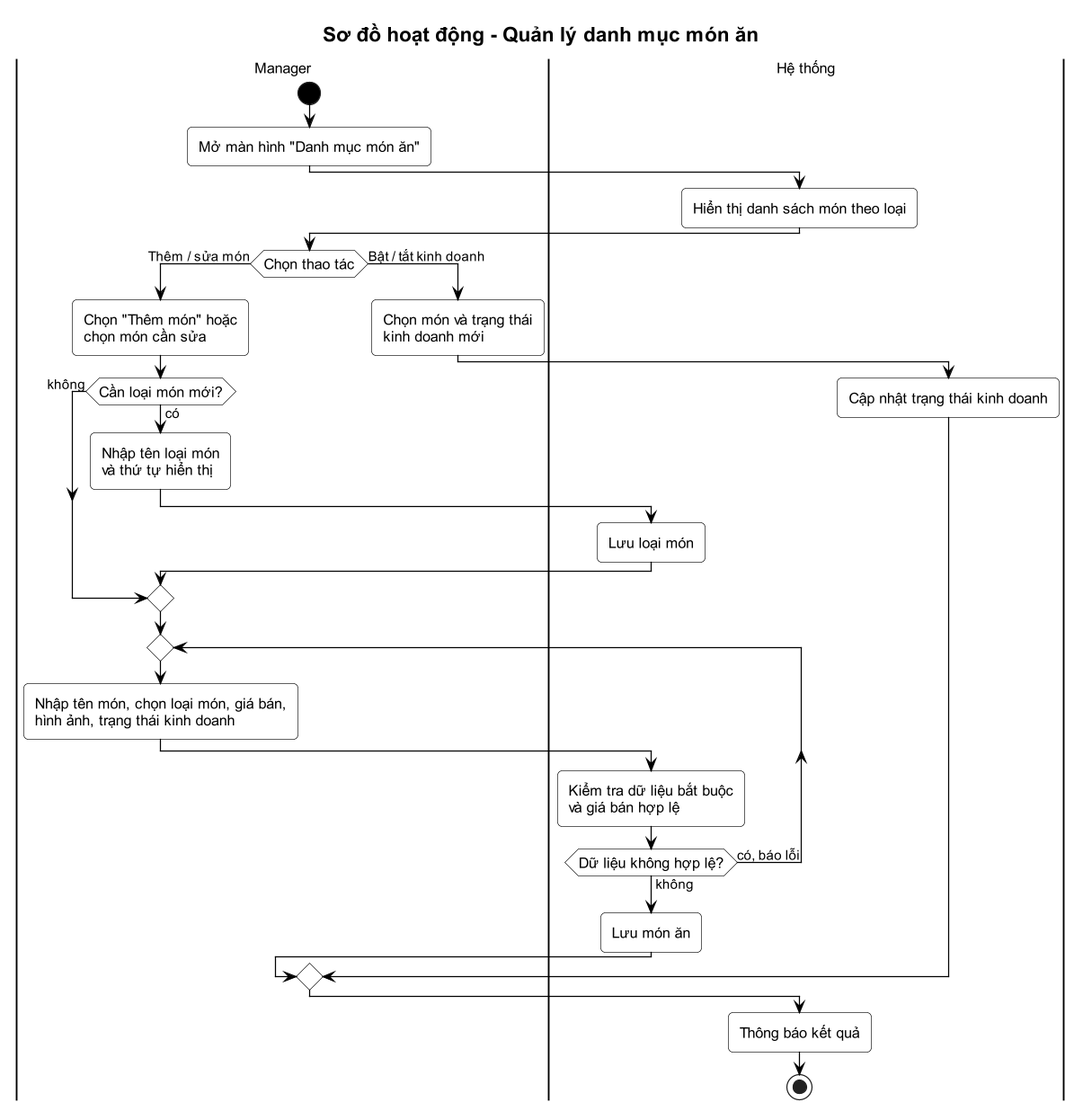
Earlier version of the PlantUML export docs/02-quan-ly-thuc-don/activity-1-danh-muc.png (Anpham120/restaurant-management-system). The source it was exported from:
```plantuml
@startuml
!include ../_style.puml
title Sơ đồ hoạt động - Quản lý danh mục món ăn

|Manager|
start
:Mở màn hình "Danh mục món ăn";
|Hệ thống|
:Hiển thị danh sách món theo loại;
|Manager|
if (Chọn thao tác) then (Thêm / sửa món)
  :Chọn "Thêm món" hoặc\nchọn món cần sửa;
  if (Cần loại món mới?) then (có)
    :Nhập tên loại món\nvà thứ tự hiển thị;
    |Hệ thống|
    :Lưu loại món;
    |Manager|
  else (không)
  endif
  repeat
    :Nhập tên món, chọn loại món, giá bán,\nhình ảnh, trạng thái kinh doanh;
    |Hệ thống|
    :Kiểm tra dữ liệu bắt buộc\nvà giá bán hợp lệ;
  repeat while (Dữ liệu không hợp lệ?) is (có, báo lỗi) not (không)
  :Lưu món ăn;
else (Bật / tắt kinh doanh)
  |Manager|
  :Chọn món và trạng thái\nkinh doanh mới;
  |Hệ thống|
  :Cập nhật trạng thái kinh doanh;
endif
:Thông báo kết quả;
stop
@enduml
```
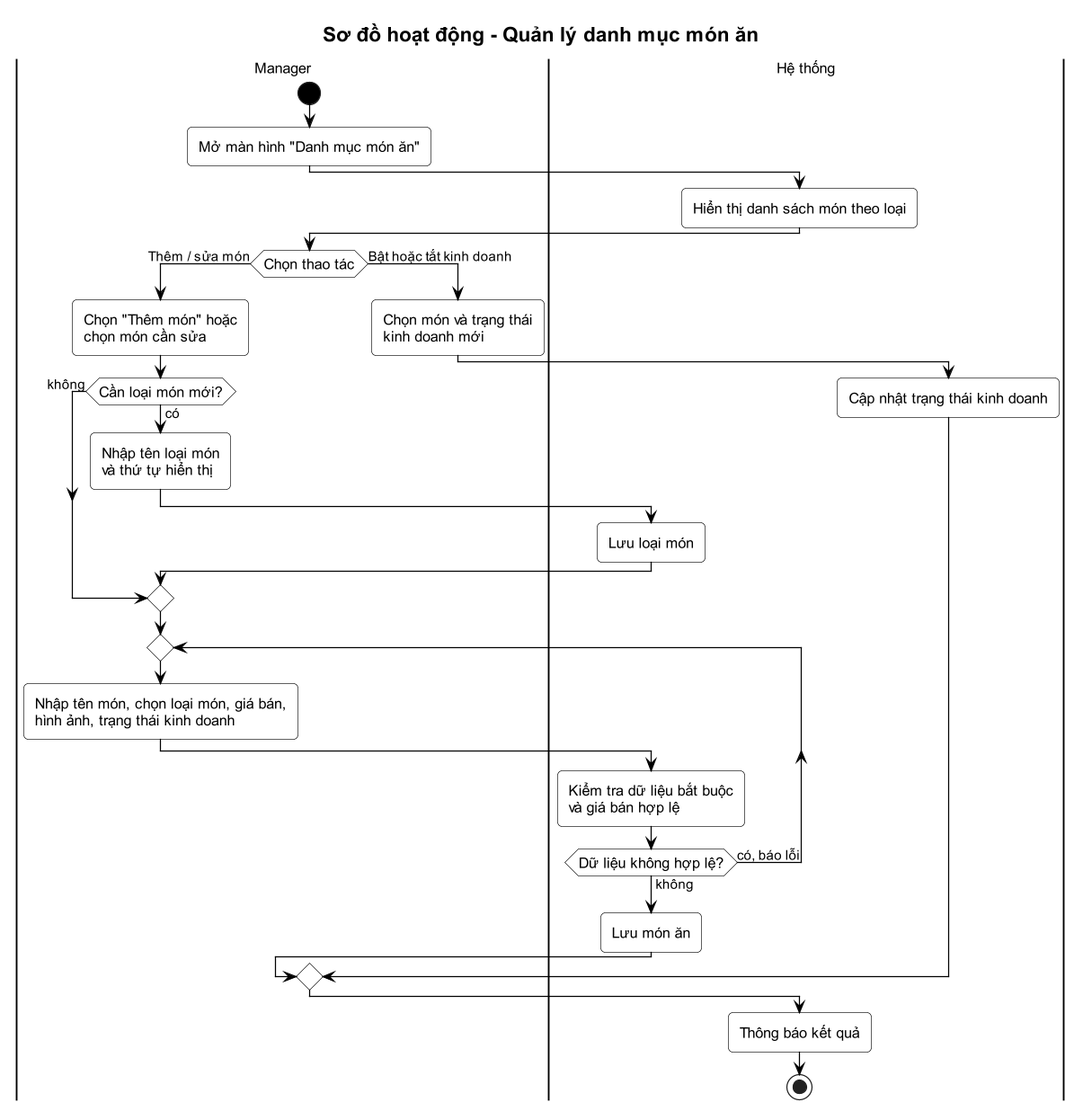
Later version of the same file.

What changed in the source:
```diff
@@ -23,7 +23,7 @@
     :Kiểm tra dữ liệu bắt buộc\nvà giá bán hợp lệ;
   repeat while (Dữ liệu không hợp lệ?) is (có, báo lỗi) not (không)
   :Lưu món ăn;
-else (Bật / tắt kinh doanh)
+else (Bật hoặc tắt kinh doanh)
   |Manager|
   :Chọn món và trạng thái\nkinh doanh mới;
   |Hệ thống|
```
